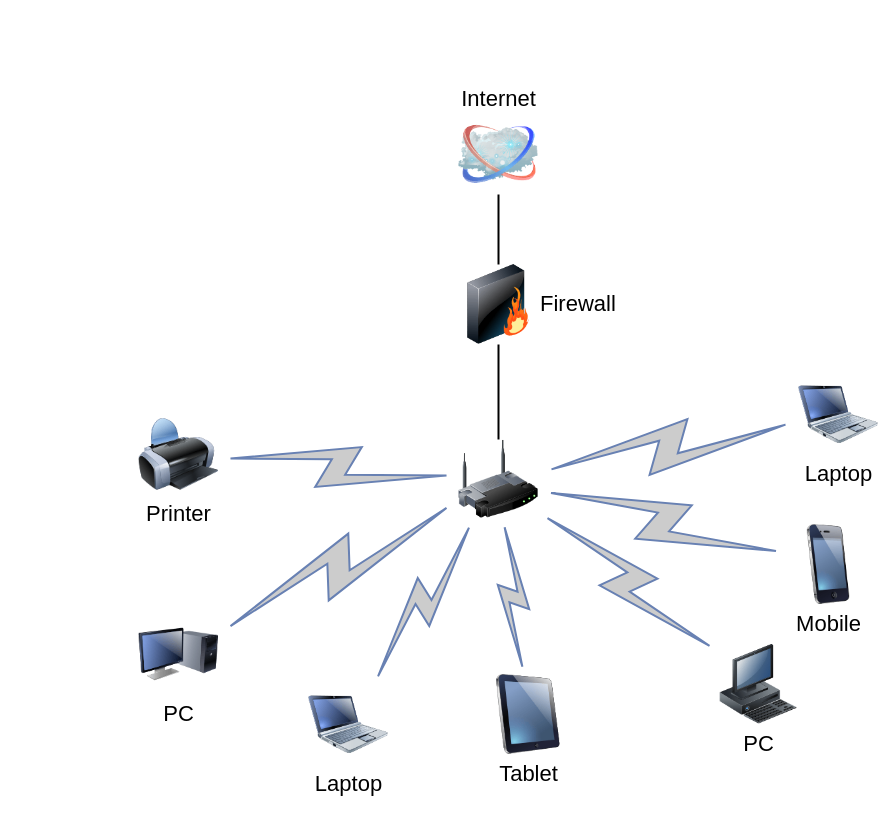
Above: hmnetwork.drawio in ajnickmom/hmnetwork (draw.io), before the change. Source tidied: cells renumbered, new cells numbered last; positions are measured from the earlier drawing's top-left corner, leaving out a move shared by most shapes. Both pictures are drawn from the tidied source at 100%, with x=0, y=0 at pixel (138, 114).
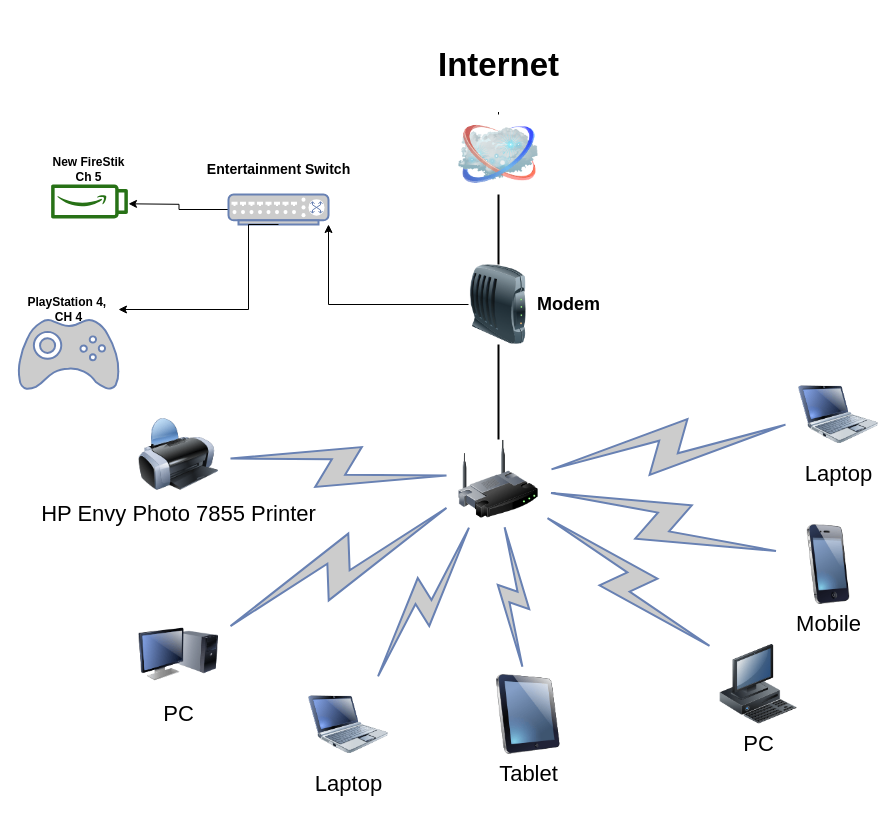
The same diagram, later.

The change refers to these unchanged cells:
```xml
<mxCell id="3" style="image;html=1;labelBackgroundColor=#ffffff;image=img/lib/clip_art/networking/Wireless_Router_128x128.png;rounded=1;shadow=0;comic=0;strokeWidth=2;fontSize=22;" parent="1" vertex="1">
  <mxGeometry x="320" y="325" width="80" height="80" as="geometry" />
</mxCell>
```

What changed in the source:
```diff
@@
-    <mxCell id="2" style="edgeStyle=none;rounded=0;html=1;labelBackgroundColor=none;endArrow=none;strokeWidth=2;fontFamily=Verdana;fontSize=22;" parent="1" edge="1" source="3" target="6">
-      <mxGeometry relative="1" as="geometry" />
+    <mxCell id="2" style="edgeStyle=none;rounded=0;html=1;labelBackgroundColor=none;endArrow=none;strokeWidth=2;fontFamily=Verdana;fontSize=22;" parent="1" edge="1" source="3">
+      <mxGeometry relative="1" as="geometry">
+        <mxPoint x="360" y="230" as="targetPoint" />
+      </mxGeometry>
     </mxCell>
@@
+    <mxCell id="21" style="edgeStyle=orthogonalEdgeStyle;rounded=0;jettySize=auto;html=1;" parent="1" edge="1" source="4">
+      <mxGeometry relative="1" as="geometry">
+        <mxPoint x="360" y="-80" as="targetPoint" />
+      </mxGeometry>
+    </mxCell>
-    <mxCell id="4" value="Internet" style="image;html=1;labelBackgroundColor=#ffffff;image=img/lib/clip_art/networking/Cloud_128x128.png;rounded=1;shadow=0;comic=0;strokeWidth=2;fontSize=22;labelPosition=center;verticalLabelPosition=top;align=center;verticalAlign=bottom;" parent="1" vertex="1">
+    <mxCell id="4" value="&lt;h2&gt;Internet&lt;/h2&gt;" style="image;html=1;labelBackgroundColor=#ffffff;image=img/lib/clip_art/networking/Cloud_128x128.png;rounded=1;shadow=0;comic=0;strokeWidth=2;fontSize=22;labelPosition=center;verticalLabelPosition=top;align=center;verticalAlign=bottom;" parent="1" vertex="1">
       <mxGeometry x="320" width="80" height="80" as="geometry" />
     </mxCell>
-    <mxCell id="5" style="edgeStyle=none;rounded=0;html=1;labelBackgroundColor=none;endArrow=none;strokeWidth=2;fontFamily=Verdana;fontSize=22;" parent="1" edge="1" source="6" target="4">
-      <mxGeometry relative="1" as="geometry" />
+    <mxCell id="5" style="edgeStyle=none;rounded=0;html=1;labelBackgroundColor=none;endArrow=none;strokeWidth=2;fontFamily=Verdana;fontSize=22;" parent="1" edge="1" target="4">
+      <mxGeometry relative="1" as="geometry">
+        <mxPoint x="360" y="150" as="sourcePoint" />
+      </mxGeometry>
     </mxCell>
-    <mxCell id="6" value="Firewall" style="image;html=1;labelBackgroundColor=#ffffff;image=img/lib/clip_art/networking/Firewall_128x128.png;rounded=1;shadow=0;comic=0;strokeWidth=2;fontSize=22;labelPosition=right;verticalLabelPosition=middle;align=left;verticalAlign=middle;" parent="1" vertex="1">
-      <mxGeometry x="320" y="150" width="80" height="80" as="geometry" />
-    </mxCell>
@@
-    <mxCell id="9" value="Printer" style="image;html=1;labelBackgroundColor=#ffffff;image=img/lib/clip_art/computers/Printer_128x128.png;rounded=1;shadow=0;comic=0;strokeWidth=2;fontSize=22;" parent="1" vertex="1">
+    <mxCell id="9" value="HP Envy Photo 7855 Printer" style="image;html=1;labelBackgroundColor=#ffffff;image=img/lib/clip_art/computers/Printer_128x128.png;rounded=1;shadow=0;comic=0;strokeWidth=2;fontSize=22;" parent="1" vertex="1">
       <mxGeometry y="300" width="80" height="80" as="geometry" />
     </mxCell>
@@
+    <mxCell id="22" style="image;html=1;image=img/lib/clip_art/networking/Modem_128x128.png;" parent="1" vertex="1">
+      <mxGeometry x="320" y="150" width="80" height="80" as="geometry" />
+    </mxCell>
+    <mxCell id="23" value="&lt;h2 style=&quot;text-align: right&quot;&gt;Modem&lt;/h2&gt;" style="text;html=1;align=center;verticalAlign=middle;fillColor=none;strokeColor=none;rounded=0;" parent="1" vertex="1">
+      <mxGeometry x="390" y="165" width="80" height="50" as="geometry" />
+    </mxCell>
+    <mxCell id="24" style="edgeStyle=orthogonalEdgeStyle;rounded=0;jettySize=auto;html=1;" parent="1" edge="1" source="25">
+      <mxGeometry relative="1" as="geometry">
+        <mxPoint x="-10" y="89.3" as="targetPoint" />
+      </mxGeometry>
+    </mxCell>
+    <mxCell id="25" style="fontColor=#0066CC;verticalAlign=top;verticalLabelPosition=bottom;labelPosition=center;align=center;html=1;outlineConnect=0;fillColor=#CCCCCC;strokeColor=#6881B3;gradientColor=none;gradientDirection=north;strokeWidth=2;shape=mxgraph.networks.switch;" parent="1" vertex="1">
+      <mxGeometry x="90" y="80" width="100" height="30" as="geometry" />
+    </mxCell>
+    <mxCell id="26" style="edgeStyle=orthogonalEdgeStyle;rounded=0;jettySize=auto;html=1;exitX=0.5;exitY=1;exitDx=0;exitDy=0;exitPerimeter=0;" parent="1" edge="1" source="25" target="32">
+      <mxGeometry relative="1" as="geometry">
+        <Array as="points">
+          <mxPoint x="110" y="110" />
+          <mxPoint x="110" y="195" />
+        </Array>
+      </mxGeometry>
+    </mxCell>
+    <mxCell id="27" value="&lt;h3&gt;Entertainment Switch&lt;/h3&gt;" style="text;html=1;align=center;verticalAlign=middle;fillColor=none;strokeColor=none;rounded=0;" parent="1" vertex="1">
+      <mxGeometry x="60" y="30" width="160" height="50" as="geometry" />
+    </mxCell>
+    <mxCell id="28" style="edgeStyle=orthogonalEdgeStyle;rounded=0;jettySize=auto;html=1;" parent="1" edge="1" source="29" target="25">
+      <mxGeometry relative="1" as="geometry">
+        <Array as="points">
+          <mxPoint x="190" y="190" />
+        </Array>
+      </mxGeometry>
+    </mxCell>
+    <mxCell id="29" value="&lt;h3&gt;&lt;br&gt;&lt;/h3&gt;" style="text;html=1;align=center;verticalAlign=middle;points=[];fillColor=none;strokeColor=none;rounded=0;" parent="1" vertex="1">
+      <mxGeometry x="330" y="165" width="20" height="50" as="geometry" />
+    </mxCell>
+    <mxCell id="30" value="&lt;h3&gt;&lt;br&gt;&lt;/h3&gt;" style="text;html=1;align=center;verticalAlign=middle;fillColor=none;strokeColor=none;rounded=0;" parent="1" vertex="1">
+      <mxGeometry x="230" y="165" width="20" height="50" as="geometry" />
+    </mxCell>
+    <mxCell id="31" style="fontColor=#0066CC;verticalAlign=top;verticalLabelPosition=bottom;labelPosition=center;align=center;html=1;fillColor=#CCCCCC;strokeColor=#6881B3;gradientColor=none;gradientDirection=north;strokeWidth=2;shape=mxgraph.networks.gamepad;" parent="1" vertex="1">
+      <mxGeometry x="-120" y="205" width="100" height="70" as="geometry" />
+    </mxCell>
+    <mxCell id="32" value="&lt;h4&gt;PlayStation 4,&amp;nbsp;&lt;br&gt;CH 4&lt;/h4&gt;" style="text;html=1;align=center;verticalAlign=middle;points=[];fillColor=none;strokeColor=none;rounded=0;" parent="1" vertex="1">
+      <mxGeometry x="-120" y="160" width="100" height="70" as="geometry" />
+    </mxCell>
+    <mxCell id="33" style="fontColor=#232F3E;gradientColor=none;fillColor=#277116;strokeColor=none;dashed=0;verticalLabelPosition=bottom;verticalAlign=top;align=center;html=1;fontSize=12;fontStyle=0;shape=mxgraph.aws4.firetv_stick;" parent="1" vertex="1">
+      <mxGeometry x="-88" y="70" width="78" height="34" as="geometry" />
+    </mxCell>
+    <mxCell id="34" value="&lt;h4&gt;New FireStik&lt;br&gt;Ch 5&lt;/h4&gt;" style="text;html=1;align=center;verticalAlign=middle;fillColor=none;strokeColor=none;rounded=0;" parent="1" vertex="1">
+      <mxGeometry x="-95" y="20" width="90" height="70" as="geometry" />
+    </mxCell>
```
